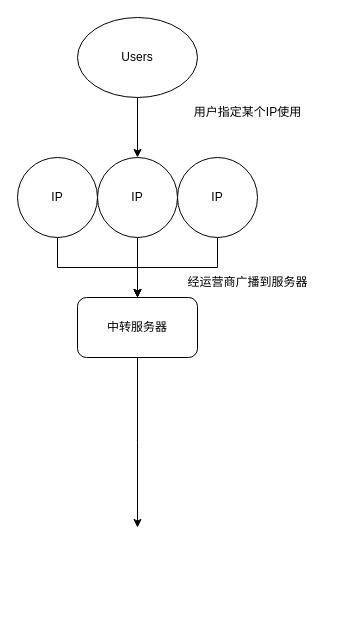
The draw.io diagram 静态代理流程.drawio in s1874217870/starup, before the edit. Source tidied: cells renumbered, new cells numbered last; positions are measured from the earlier drawing's top-left corner, leaving out a move shared by most shapes. Both pictures are drawn from the tidied source at 100%, with x=0, y=0 at pixel (17, 17).
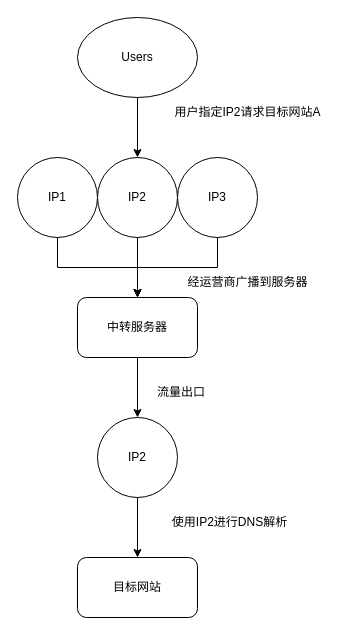
The same page after the edit.

Commit message (it also covers changes not shown here):
更新静态代理流程.drawio

Diff of the diagram source:
```diff
@@
 <mxGraphModel>
   <root>
     <mxCell id="0" />
     <mxCell id="1" parent="0" />
     <mxCell id="2" style="edgeStyle=orthogonalEdgeStyle;rounded=0;jettySize=auto;html=1;entryX=0.5;entryY=0;entryDx=0;entryDy=0;" parent="1" edge="1" source="3" target="9">
       <mxGeometry relative="1" as="geometry" />
     </mxCell>
-    <mxCell id="3" value="IP" style="ellipse;whiteSpace=wrap;html=1;" parent="1" vertex="1">
+    <mxCell id="3" value="IP3" style="ellipse;whiteSpace=wrap;html=1;" parent="1" vertex="1">
       <mxGeometry x="160" y="140" width="80" height="80" as="geometry" />
     </mxCell>
     <mxCell id="4" style="edgeStyle=orthogonalEdgeStyle;rounded=0;jettySize=auto;html=1;exitX=0.5;exitY=1;exitDx=0;exitDy=0;" parent="1" edge="1" source="5" target="9">
       <mxGeometry relative="1" as="geometry" />
     </mxCell>
-    <mxCell id="5" value="IP" style="ellipse;whiteSpace=wrap;html=1;" parent="1" vertex="1">
+    <mxCell id="5" value="IP2" style="ellipse;whiteSpace=wrap;html=1;" parent="1" vertex="1">
       <mxGeometry x="80" y="140" width="80" height="80" as="geometry" />
     </mxCell>
     <mxCell id="6" style="edgeStyle=orthogonalEdgeStyle;rounded=0;jettySize=auto;html=1;exitX=0.5;exitY=1;exitDx=0;exitDy=0;entryX=0.5;entryY=0;entryDx=0;entryDy=0;" parent="1" edge="1" source="7" target="9">
       <mxGeometry relative="1" as="geometry" />
     </mxCell>
-    <mxCell id="7" value="IP" style="ellipse;whiteSpace=wrap;html=1;" parent="1" vertex="1">
+    <mxCell id="7" value="IP1" style="ellipse;whiteSpace=wrap;html=1;" parent="1" vertex="1">
       <mxGeometry y="140" width="80" height="80" as="geometry" />
     </mxCell>
-    <mxCell id="8" style="edgeStyle=orthogonalEdgeStyle;rounded=0;jettySize=auto;html=1;" parent="1" edge="1" source="9">
-      <mxGeometry relative="1" as="geometry">
-        <mxPoint x="120" y="510" as="targetPoint" />
-      </mxGeometry>
+    <mxCell id="8" style="edgeStyle=orthogonalEdgeStyle;rounded=0;jettySize=auto;html=1;entryX=0.5;entryY=0;entryDx=0;entryDy=0;" parent="1" edge="1" source="9" target="16">
+      <mxGeometry relative="1" as="geometry" />
     </mxCell>
     <mxCell id="9" value="中转服务器" style="rounded=1;whiteSpace=wrap;html=1;" parent="1" vertex="1">
       <mxGeometry x="60" y="280" width="120" height="60" as="geometry" />
     </mxCell>
     <mxCell id="10" value="经运营商广播到服务器" style="text;html=1;align=center;verticalAlign=middle;strokeColor=none;fillColor=none;" parent="1" vertex="1">
       <mxGeometry x="160" y="250" width="140" height="30" as="geometry" />
     </mxCell>
     <mxCell id="11" style="edgeStyle=orthogonalEdgeStyle;rounded=0;jettySize=auto;html=1;" parent="1" edge="1" source="12" target="5">
       <mxGeometry relative="1" as="geometry" />
     </mxCell>
     <mxCell id="12" value="Users" style="ellipse;whiteSpace=wrap;html=1;" parent="1" vertex="1">
       <mxGeometry x="60" width="120" height="80" as="geometry" />
     </mxCell>
-    <mxCell id="13" value="用户指定某个IP使用" style="text;html=1;align=center;verticalAlign=middle;strokeColor=none;fillColor=none;" parent="1" vertex="1">
-      <mxGeometry x="165" y="80" width="130" height="30" as="geometry" />
+    <mxCell id="13" value="用户指定IP2请求目标网站A" style="text;html=1;align=center;verticalAlign=middle;strokeColor=none;fillColor=none;" parent="1" vertex="1">
+      <mxGeometry x="145" y="80" width="170" height="30" as="geometry" />
     </mxCell>
+    <mxCell id="14" value="目标网站" style="rounded=1;whiteSpace=wrap;html=1;" parent="1" vertex="1">
+      <mxGeometry x="60" y="540" width="120" height="60" as="geometry" />
+    </mxCell>
+    <mxCell id="15" style="edgeStyle=orthogonalEdgeStyle;rounded=0;jettySize=auto;html=1;entryX=0.5;entryY=0;entryDx=0;entryDy=0;" parent="1" edge="1" source="16" target="14">
+      <mxGeometry relative="1" as="geometry" />
+    </mxCell>
+    <mxCell id="16" value="IP2" style="ellipse;whiteSpace=wrap;html=1;" parent="1" vertex="1">
+      <mxGeometry x="80" y="400" width="80" height="80" as="geometry" />
+    </mxCell>
+    <mxCell id="17" value="流量出口" style="text;html=1;strokeColor=none;fillColor=none;align=center;verticalAlign=middle;whiteSpace=wrap;rounded=0;" parent="1" vertex="1">
+      <mxGeometry x="134" y="360" width="60" height="30" as="geometry" />
+    </mxCell>
+    <mxCell id="18" value="使用IP2进行DNS解析" style="text;html=1;strokeColor=none;fillColor=none;align=center;verticalAlign=middle;whiteSpace=wrap;rounded=0;" parent="1" vertex="1">
+      <mxGeometry x="145" y="490" width="135" height="30" as="geometry" />
+    </mxCell>
   </root>
 </mxGraphModel>
```
